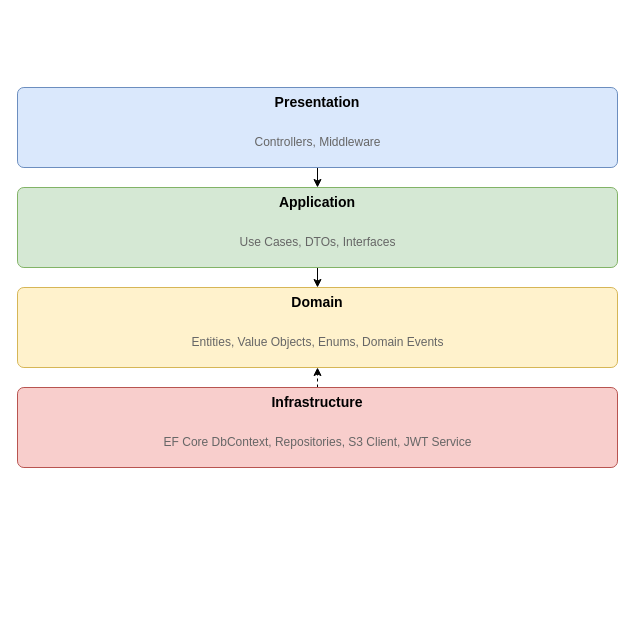
Before: docs/assets/diagrams/clean-architecture/clean-architecture.drawio in TeleManga/docs, a draw.io diagram. Source tidied: cells renumbered, new cells numbered last; positions are measured from the earlier drawing's top-left corner, leaving out a move shared by most shapes. Both pictures are drawn from the tidied source at 100%, with x=0, y=0 at pixel (17, 87).
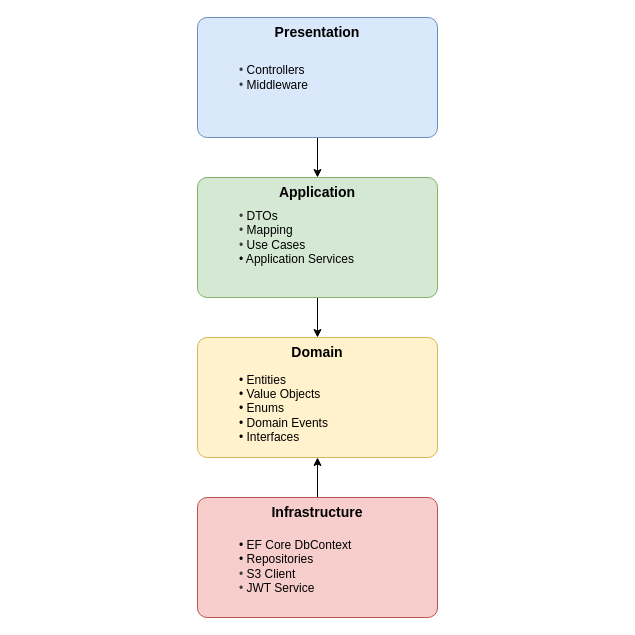
Above is the later version.

Commit message (it also covers changes not shown here):
fix/6/refactor-clean-architecture-diagram

Diff of the diagram source:
```diff
@@
 <mxGraphModel>
   <root>
     <mxCell id="0" />
     <mxCell id="1" parent="0" />
-    <mxCell id="2" style="edgeStyle=none;html=1;" parent="1" edge="1" source="3" target="6">
-      <mxGeometry relative="1" as="geometry" />
-    </mxCell>
+    <mxCell id="10" style="edgeStyle=none;html=1;" parent="1" edge="1" source="3" target="6">
+      <mxGeometry relative="1" as="geometry" />
+    </mxCell>
     <mxCell id="3" value="Presentation" style="rounded=1;whiteSpace=wrap;html=1;fillColor=#dae8fc;strokeColor=#6c8ebf;fontStyle=1;fontSize=14;verticalAlign=top;arcSize=8;" parent="1" vertex="1">
-      <mxGeometry width="600" height="80" as="geometry" />
+      <mxGeometry x="180" y="-70" width="240" height="120" as="geometry" />
     </mxCell>
-    <mxCell id="4" value="Controllers, Middleware" style="text;html=1;align=center;verticalAlign=middle;strokeColor=none;fillColor=none;fontSize=12;fontColor=#666666;" parent="3" vertex="1">
-      <mxGeometry x="180" y="40" width="240" height="30" as="geometry" />
+    <mxCell id="4" value="&lt;font style=&quot;color: rgb(0, 0, 0);&quot;&gt;&lt;span style=&quot;color: rgb(63, 63, 63);&quot;&gt;•&amp;nbsp;&lt;/span&gt;Controllers&lt;br&gt;&lt;/font&gt;&lt;div&gt;&lt;font style=&quot;color: rgb(0, 0, 0);&quot;&gt;&lt;span style=&quot;color: rgb(63, 63, 63); background-color: transparent;&quot;&gt;•&amp;nbsp;&lt;/span&gt;Middleware&lt;/font&gt;&lt;/div&gt;" style="text;html=1;align=left;verticalAlign=middle;strokeColor=none;fillColor=none;fontSize=12;fontColor=#666666;" parent="3" vertex="1">
+      <mxGeometry x="40" y="40" width="90" height="40" as="geometry" />
     </mxCell>
     <mxCell id="5" style="edgeStyle=none;html=1;" parent="1" edge="1" source="6" target="8">
       <mxGeometry relative="1" as="geometry" />
     </mxCell>
     <mxCell id="6" value="Application" style="rounded=1;whiteSpace=wrap;html=1;fillColor=#d5e8d4;strokeColor=#82b366;fontStyle=1;fontSize=14;verticalAlign=top;arcSize=8;" parent="1" vertex="1">
-      <mxGeometry y="100" width="600" height="80" as="geometry" />
+      <mxGeometry x="180" y="90" width="240" height="120" as="geometry" />
     </mxCell>
-    <mxCell id="7" value="Use Cases, DTOs, Interfaces" style="text;html=1;align=center;verticalAlign=middle;strokeColor=none;fillColor=none;fontSize=12;fontColor=#666666;" parent="6" vertex="1">
-      <mxGeometry x="170" y="40" width="260" height="30" as="geometry" />
+    <mxCell id="7" value="&lt;div&gt;&lt;font style=&quot;color: rgb(0, 0, 0);&quot;&gt;&lt;span style=&quot;background-color: transparent; color: rgb(63, 63, 63);&quot;&gt;•&amp;nbsp;&lt;/span&gt;DTOs&lt;/font&gt;&lt;/div&gt;&lt;div&gt;&lt;font&gt;&lt;span style=&quot;color: rgb(63, 63, 63);&quot;&gt;• &lt;/span&gt;&lt;font style=&quot;color: rgb(0, 0, 0);&quot;&gt;Mapping&lt;/font&gt;&lt;/font&gt;&lt;/div&gt;&lt;div&gt;&lt;font&gt;&lt;font style=&quot;color: rgb(0, 0, 0);&quot;&gt;&lt;span style=&quot;color: rgb(63, 63, 63); background-color: transparent;&quot;&gt;•&amp;nbsp;&lt;/span&gt;&lt;span style=&quot;color: rgb(0, 0, 0);&quot;&gt;Use Cases&lt;/span&gt;&lt;/font&gt;&lt;/font&gt;&lt;/div&gt;&lt;div&gt;&lt;font&gt;&lt;span style=&quot;background-color: transparent;&quot;&gt;&lt;font style=&quot;color: rgb(0, 0, 0);&quot;&gt;• Application Services&lt;/font&gt;&lt;/span&gt;&lt;/font&gt;&lt;/div&gt;" style="text;html=1;align=left;verticalAlign=middle;strokeColor=none;fillColor=none;fontSize=12;fontColor=#666666;" parent="6" vertex="1">
+      <mxGeometry x="40" y="25" width="140" height="70" as="geometry" />
     </mxCell>
     <mxCell id="8" value="Domain" style="rounded=1;whiteSpace=wrap;html=1;fillColor=#fff2cc;strokeColor=#d6b656;fontStyle=1;fontSize=14;verticalAlign=top;arcSize=8;" parent="1" vertex="1">
-      <mxGeometry y="200" width="600" height="80" as="geometry" />
+      <mxGeometry x="180" y="250" width="240" height="120" as="geometry" />
     </mxCell>
-    <mxCell id="9" value="Entities, Value Objects, Enums, Domain Events" style="text;html=1;align=center;verticalAlign=middle;strokeColor=none;fillColor=none;fontSize=12;fontColor=#666666;" parent="8" vertex="1">
-      <mxGeometry x="120" y="40" width="360" height="30" as="geometry" />
+    <mxCell id="9" value="&lt;font style=&quot;color: rgb(0, 0, 0);&quot;&gt;&lt;span&gt;•&amp;nbsp;&lt;/span&gt;Entities&lt;br&gt;&lt;/font&gt;&lt;div&gt;&lt;font style=&quot;color: rgb(0, 0, 0);&quot;&gt;&lt;span style=&quot;background-color: transparent;&quot;&gt;•&lt;/span&gt;&lt;span style=&quot;background-color: transparent;&quot;&gt;&amp;nbsp;&lt;/span&gt;Value Objects&lt;/font&gt;&lt;/div&gt;&lt;div&gt;&lt;font style=&quot;color: rgb(0, 0, 0);&quot;&gt;&lt;span style=&quot;background-color: transparent;&quot;&gt;•&lt;/span&gt;&lt;span style=&quot;background-color: transparent;&quot;&gt;&amp;nbsp;&lt;/span&gt;Enums&lt;/font&gt;&lt;/div&gt;&lt;div&gt;&lt;font style=&quot;color: rgb(0, 0, 0);&quot;&gt;&lt;span style=&quot;background-color: transparent;&quot;&gt;•&lt;/span&gt;&lt;span style=&quot;background-color: transparent;&quot;&gt;&amp;nbsp;&lt;/span&gt;Domain Events&lt;/font&gt;&lt;/div&gt;&lt;div&gt;&lt;font&gt;&lt;font style=&quot;color: rgb(0, 0, 0);&quot;&gt;• Interfaces&lt;/font&gt;&lt;/font&gt;&lt;/div&gt;" style="text;html=1;align=left;verticalAlign=middle;strokeColor=none;fillColor=none;fontSize=12;fontColor=#666666;" parent="8" vertex="1">
+      <mxGeometry x="40" y="26.2" width="110" height="90" as="geometry" />
     </mxCell>
-    <mxCell id="10" style="edgeStyle=none;html=1;exitX=0.5;exitY=0;exitDx=0;exitDy=0;dashed=1;" parent="1" edge="1" source="11" target="8">
-      <mxGeometry relative="1" as="geometry" />
-    </mxCell>
+    <mxCell id="13" style="edgeStyle=none;html=1;" parent="1" edge="1" source="11" target="8">
+      <mxGeometry relative="1" as="geometry" />
+    </mxCell>
     <mxCell id="11" value="Infrastructure" style="rounded=1;whiteSpace=wrap;html=1;fillColor=#f8cecc;strokeColor=#b85450;fontStyle=1;fontSize=14;verticalAlign=top;arcSize=8;" parent="1" vertex="1">
-      <mxGeometry y="300" width="600" height="80" as="geometry" />
+      <mxGeometry x="180" y="410" width="240" height="120" as="geometry" />
     </mxCell>
-    <mxCell id="12" value="EF Core DbContext, Repositories, S3 Client, JWT Service" style="text;html=1;align=center;verticalAlign=middle;strokeColor=none;fillColor=none;fontSize=12;fontColor=#666666;" parent="11" vertex="1">
-      <mxGeometry x="100" y="40" width="400" height="30" as="geometry" />
+    <mxCell id="12" value="&lt;font style=&quot;color: rgb(0, 0, 0);&quot;&gt;&lt;span&gt;•&amp;nbsp;&lt;/span&gt;EF Core DbContext&lt;br&gt;&lt;/font&gt;&lt;div&gt;&lt;font style=&quot;color: rgb(0, 0, 0);&quot;&gt;&lt;span style=&quot;background-color: transparent;&quot;&gt;•&amp;nbsp;&lt;/span&gt;Repositories&lt;/font&gt;&lt;/div&gt;&lt;div&gt;&lt;font&gt;&lt;span style=&quot;color: rgb(63, 63, 63); background-color: transparent;&quot;&gt;•&amp;nbsp;&lt;/span&gt;&lt;span style=&quot;background-color: transparent;&quot;&gt;&lt;font style=&quot;color: rgb(0, 0, 0);&quot;&gt;S3 Client&lt;/font&gt;&lt;/span&gt;&lt;/font&gt;&lt;/div&gt;&lt;div style=&quot;&quot;&gt;&lt;font&gt;&lt;span style=&quot;color: rgb(63, 63, 63); background-color: transparent;&quot;&gt;•&amp;nbsp;&lt;/span&gt;&lt;span style=&quot;background-color: transparent;&quot;&gt;&lt;font style=&quot;color: rgb(0, 0, 0);&quot;&gt;JWT Service&lt;/font&gt;&lt;/span&gt;&lt;/font&gt;&lt;/div&gt;" style="text;html=1;align=left;verticalAlign=middle;strokeColor=none;fillColor=none;fontSize=12;fontColor=#666666;" parent="11" vertex="1">
+      <mxGeometry x="40" y="33.8" width="140" height="70" as="geometry" />
     </mxCell>
   </root>
 </mxGraphModel>
```
